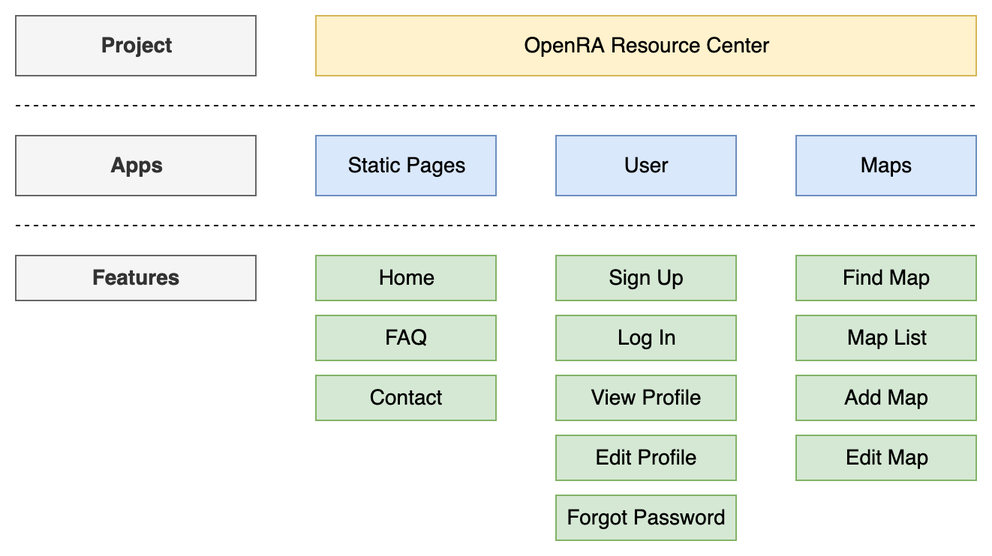
Earlier version of the draw.io export wiki/overview.png (AlexanderRavenheart/resource-center-2.0). Source tidied: cells renumbered, new cells last; positions are measured from the earlier drawing's top-left corner, leaving out a move shared by most shapes. Source of this version:
```xml
<mxGraphModel>
  <root>
    <mxCell id="0" />
    <mxCell id="1" parent="0" />
    <mxCell id="2" style="rounded=0;whiteSpace=wrap;html=1;strokeColor=none;" parent="1" vertex="1">
      <mxGeometry width="660" height="370" as="geometry" />
    </mxCell>
    <mxCell id="3" value="Static Pages" style="rounded=0;whiteSpace=wrap;html=1;fillColor=#dae8fc;strokeColor=#6c8ebf;fontSize=14;" parent="1" vertex="1">
      <mxGeometry x="210" y="90" width="120" height="40" as="geometry" />
    </mxCell>
    <mxCell id="4" value="OpenRA Resource Center" style="rounded=0;whiteSpace=wrap;html=1;fillColor=#fff2cc;strokeColor=#d6b656;fontSize=14;" parent="1" vertex="1">
      <mxGeometry x="210" y="10" width="440" height="40" as="geometry" />
    </mxCell>
    <mxCell id="5" value="User" style="rounded=0;whiteSpace=wrap;html=1;fillColor=#dae8fc;strokeColor=#6c8ebf;fontSize=14;" parent="1" vertex="1">
      <mxGeometry x="370" y="90" width="120" height="40" as="geometry" />
    </mxCell>
    <mxCell id="6" value="Maps" style="rounded=0;whiteSpace=wrap;html=1;fillColor=#dae8fc;strokeColor=#6c8ebf;fontSize=14;" parent="1" vertex="1">
      <mxGeometry x="530" y="90" width="120" height="40" as="geometry" />
    </mxCell>
    <mxCell id="7" value="Sign Up" style="rounded=0;whiteSpace=wrap;html=1;fillColor=#d5e8d4;strokeColor=#82b366;fontSize=14;" parent="1" vertex="1">
      <mxGeometry x="370" y="170" width="120" height="30" as="geometry" />
    </mxCell>
    <mxCell id="8" value="Project" style="rounded=0;whiteSpace=wrap;html=1;fillColor=#f5f5f5;strokeColor=#666666;fontColor=#333333;fontStyle=1;fontSize=14;" parent="1" vertex="1">
      <mxGeometry x="10" y="10" width="160" height="40" as="geometry" />
    </mxCell>
    <mxCell id="9" value="Apps" style="rounded=0;whiteSpace=wrap;html=1;fillColor=#f5f5f5;strokeColor=#666666;fontColor=#333333;fontStyle=1;fontSize=14;" parent="1" vertex="1">
      <mxGeometry x="10" y="90" width="160" height="40" as="geometry" />
    </mxCell>
    <mxCell id="10" value="Features" style="rounded=0;whiteSpace=wrap;html=1;fillColor=#f5f5f5;strokeColor=#666666;fontColor=#333333;fontStyle=1;fontSize=14;" parent="1" vertex="1">
      <mxGeometry x="10" y="170" width="160" height="30" as="geometry" />
    </mxCell>
    <mxCell id="11" value="Log In" style="rounded=0;whiteSpace=wrap;html=1;fillColor=#d5e8d4;strokeColor=#82b366;fontSize=14;" parent="1" vertex="1">
      <mxGeometry x="370" y="210" width="120" height="30" as="geometry" />
    </mxCell>
    <mxCell id="12" value="View Profile" style="rounded=0;whiteSpace=wrap;html=1;fillColor=#d5e8d4;strokeColor=#82b366;fontSize=14;" parent="1" vertex="1">
      <mxGeometry x="370" y="250" width="120" height="30" as="geometry" />
    </mxCell>
    <mxCell id="13" value="Edit Profile" style="rounded=0;whiteSpace=wrap;html=1;fillColor=#d5e8d4;strokeColor=#82b366;fontSize=14;" parent="1" vertex="1">
      <mxGeometry x="370" y="290" width="120" height="30" as="geometry" />
    </mxCell>
    <mxCell id="14" value="Forgot Password" style="rounded=0;whiteSpace=wrap;html=1;fillColor=#d5e8d4;strokeColor=#82b366;fontSize=14;" parent="1" vertex="1">
      <mxGeometry x="370" y="330" width="120" height="30" as="geometry" />
    </mxCell>
    <mxCell id="15" value="Home" style="rounded=0;whiteSpace=wrap;html=1;fillColor=#d5e8d4;strokeColor=#82b366;fontSize=14;" parent="1" vertex="1">
      <mxGeometry x="210" y="170" width="120" height="30" as="geometry" />
    </mxCell>
    <mxCell id="16" value="FAQ" style="rounded=0;whiteSpace=wrap;html=1;fillColor=#d5e8d4;strokeColor=#82b366;fontSize=14;" parent="1" vertex="1">
      <mxGeometry x="210" y="210" width="120" height="30" as="geometry" />
    </mxCell>
    <mxCell id="17" value="Contact" style="rounded=0;whiteSpace=wrap;html=1;fillColor=#d5e8d4;strokeColor=#82b366;fontSize=14;" parent="1" vertex="1">
      <mxGeometry x="210" y="250" width="120" height="30" as="geometry" />
    </mxCell>
    <mxCell id="18" value="Find Map" style="rounded=0;whiteSpace=wrap;html=1;fillColor=#d5e8d4;strokeColor=#82b366;fontSize=14;" parent="1" vertex="1">
      <mxGeometry x="530" y="170" width="120" height="30" as="geometry" />
    </mxCell>
    <mxCell id="19" value="Map List" style="rounded=0;whiteSpace=wrap;html=1;fillColor=#d5e8d4;strokeColor=#82b366;fontSize=14;" parent="1" vertex="1">
      <mxGeometry x="530" y="210" width="120" height="30" as="geometry" />
    </mxCell>
    <mxCell id="20" value="Add Map" style="rounded=0;whiteSpace=wrap;html=1;fillColor=#d5e8d4;strokeColor=#82b366;fontSize=14;" parent="1" vertex="1">
      <mxGeometry x="530" y="250" width="120" height="30" as="geometry" />
    </mxCell>
    <mxCell id="21" value="Edit Map" style="rounded=0;whiteSpace=wrap;html=1;fillColor=#d5e8d4;strokeColor=#82b366;fontSize=14;" parent="1" vertex="1">
      <mxGeometry x="530" y="290" width="120" height="30" as="geometry" />
    </mxCell>
    <mxCell id="22" style="endArrow=none;dashed=1;html=1;" parent="1" edge="1">
      <mxGeometry relative="1" as="geometry">
        <mxPoint x="10" y="70" as="sourcePoint" />
        <mxPoint x="650" y="70" as="targetPoint" />
      </mxGeometry>
    </mxCell>
    <mxCell id="23" style="endArrow=none;dashed=1;html=1;" parent="1" edge="1">
      <mxGeometry relative="1" as="geometry">
        <mxPoint x="10" y="150" as="sourcePoint" />
        <mxPoint x="650" y="150" as="targetPoint" />
      </mxGeometry>
    </mxCell>
  </root>
</mxGraphModel>
```
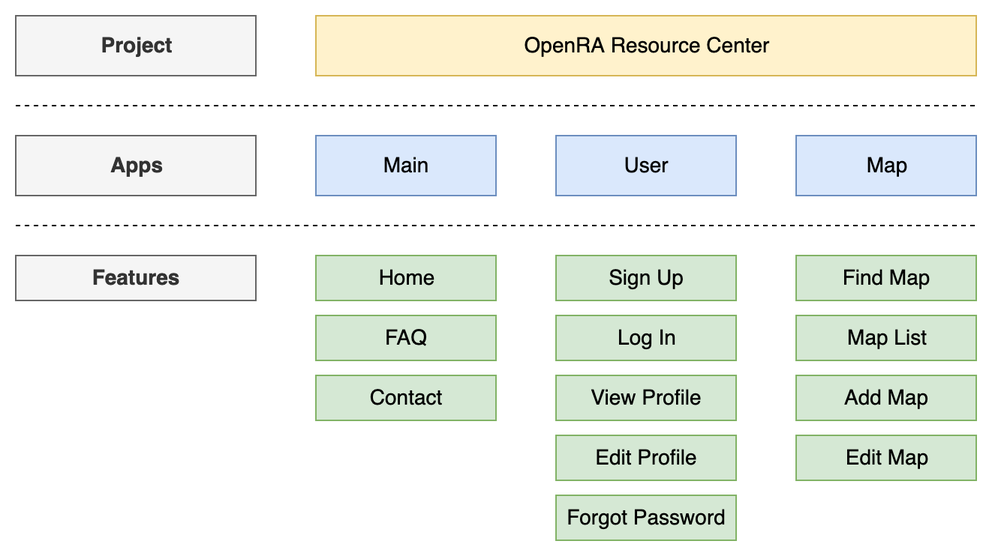
Above is the later version.

Commit message:
master: rename app overview

The edit, as a diff of the source:
```diff
@@ -5,7 +5,7 @@
     <mxCell id="2" style="rounded=0;whiteSpace=wrap;html=1;strokeColor=none;" parent="1" vertex="1">
       <mxGeometry width="660" height="370" as="geometry" />
     </mxCell>
-    <mxCell id="3" value="Static Pages" style="rounded=0;whiteSpace=wrap;html=1;fillColor=#dae8fc;strokeColor=#6c8ebf;fontSize=14;" parent="1" vertex="1">
+    <mxCell id="3" value="Main" style="rounded=0;whiteSpace=wrap;html=1;fillColor=#dae8fc;strokeColor=#6c8ebf;fontSize=14;" parent="1" vertex="1">
       <mxGeometry x="210" y="90" width="120" height="40" as="geometry" />
     </mxCell>
     <mxCell id="4" value="OpenRA Resource Center" style="rounded=0;whiteSpace=wrap;html=1;fillColor=#fff2cc;strokeColor=#d6b656;fontSize=14;" parent="1" vertex="1">
@@ -14,7 +14,7 @@
     <mxCell id="5" value="User" style="rounded=0;whiteSpace=wrap;html=1;fillColor=#dae8fc;strokeColor=#6c8ebf;fontSize=14;" parent="1" vertex="1">
       <mxGeometry x="370" y="90" width="120" height="40" as="geometry" />
     </mxCell>
-    <mxCell id="6" value="Maps" style="rounded=0;whiteSpace=wrap;html=1;fillColor=#dae8fc;strokeColor=#6c8ebf;fontSize=14;" parent="1" vertex="1">
+    <mxCell id="6" value="Map" style="rounded=0;whiteSpace=wrap;html=1;fillColor=#dae8fc;strokeColor=#6c8ebf;fontSize=14;" parent="1" vertex="1">
       <mxGeometry x="530" y="90" width="120" height="40" as="geometry" />
     </mxCell>
     <mxCell id="7" value="Sign Up" style="rounded=0;whiteSpace=wrap;html=1;fillColor=#d5e8d4;strokeColor=#82b366;fontSize=14;" parent="1" vertex="1">
```
